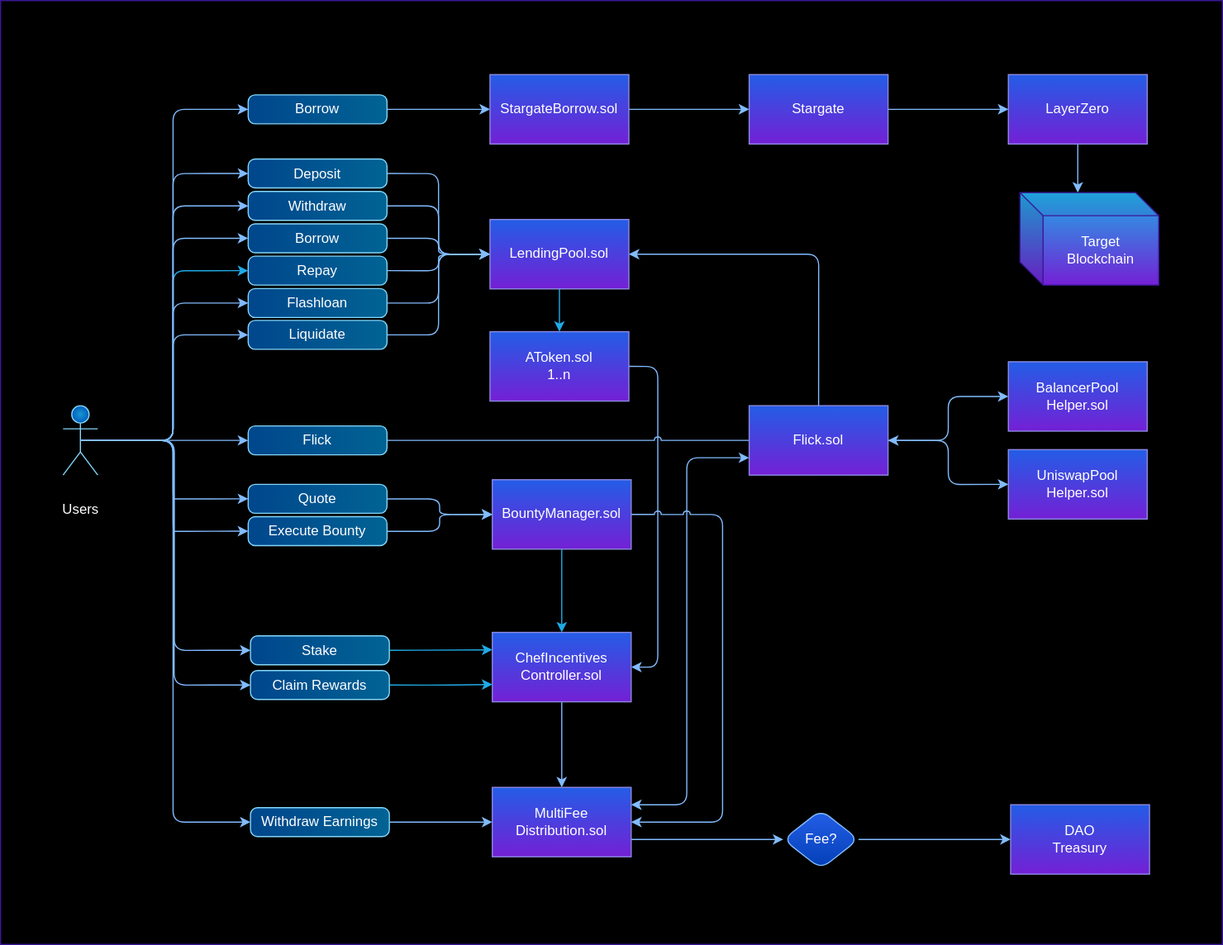
Above: contracts/diagrams/contract-overview.drawio.svg in PrimeNumbersLabs/primefi-gitbook (draw.io), before the change. Source tidied: cells renumbered, new cells last; positions are measured from the earlier drawing's top-left corner, leaving out a move shared by most shapes.
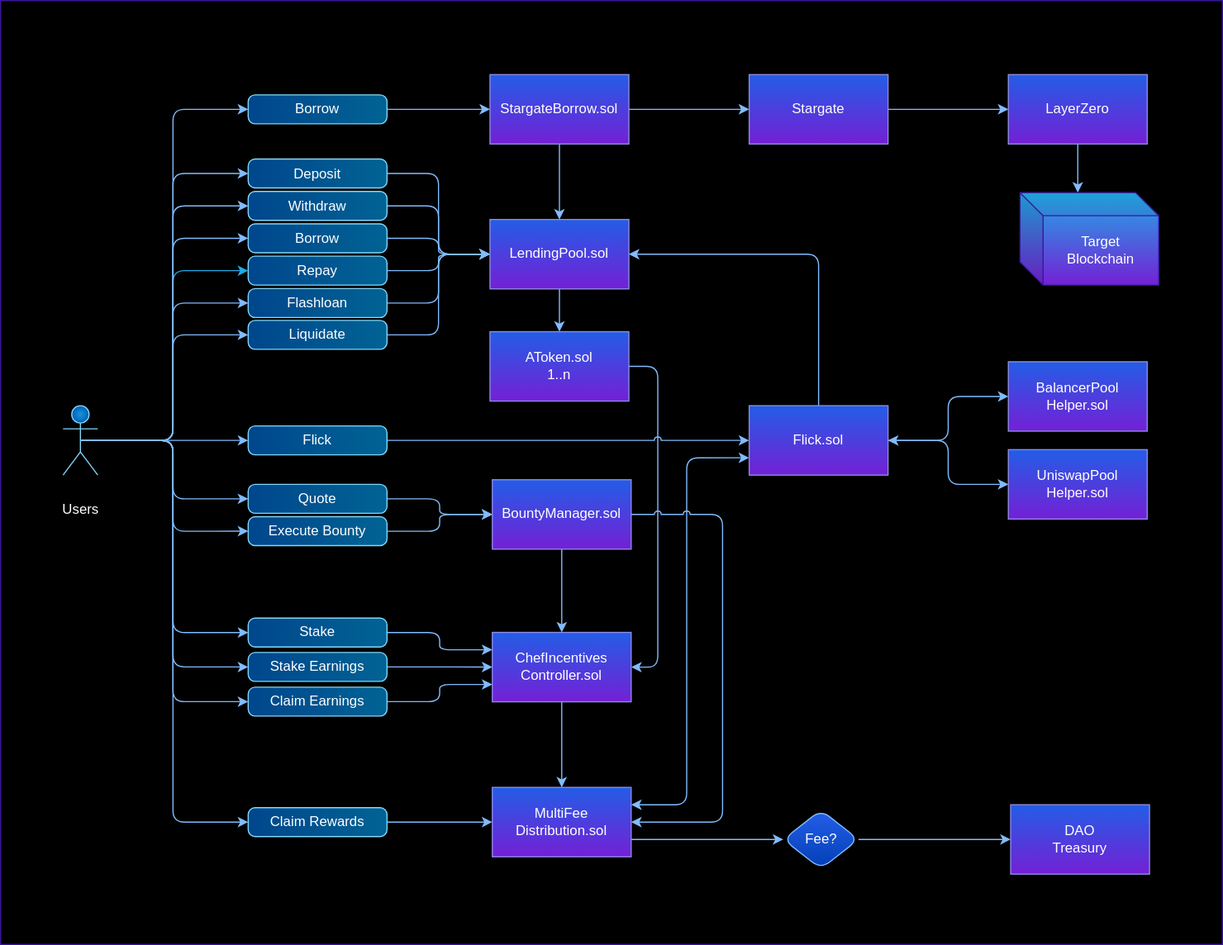
After the change.

Commit message:
added skelleton for contract specific documentation and diagrams

Diff of the diagram source:
```diff
@@ -44,8 +44,8 @@
     <mxCell id="15" style="edgeStyle=orthogonalEdgeStyle;html=1;exitX=0.5;exitY=0.5;exitDx=0;exitDy=0;exitPerimeter=0;fontFamily=Helvetica;fontSize=9;fontColor=default;entryX=0;entryY=0.5;entryDx=0;entryDy=0;strokeColor=#82BCFF;" parent="1" edge="1" source="22" target="53">
       <mxGeometry relative="1" as="geometry">
         <Array as="points">
-          <mxPoint x="149" y="380.2" />
-          <mxPoint x="149" y="710.2" />
+          <mxPoint x="149" y="380" />
+          <mxPoint x="149" y="576" />
         </Array>
       </mxGeometry>
     </mxCell>
@@ -82,10 +82,13 @@
         </Array>
       </mxGeometry>
     </mxCell>
+    <mxCell id="72" style="edgeStyle=orthogonalEdgeStyle;html=1;exitX=0.5;exitY=0.5;exitDx=0;exitDy=0;exitPerimeter=0;entryX=0;entryY=0.5;entryDx=0;entryDy=0;fontFamily=Helvetica;fontSize=12;fontColor=default;strokeColor=#82BCFF;" parent="1" edge="1" source="22" target="75">
+      <mxGeometry relative="1" as="geometry" />
+    </mxCell>
     <mxCell id="22" value="Users" style="shape=umlActor;verticalLabelPosition=bottom;verticalAlign=middle;html=1;outlineConnect=0;gradientColor=#005EBD;fillColor=#1995D1;strokeColor=#84D7FA;fontColor=#ffffff;gradientDirection=radial;" parent="1" vertex="1">
       <mxGeometry x="54" y="350.2" width="30" height="60" as="geometry" />
     </mxCell>
-    <mxCell id="23" style="edgeStyle=orthogonalEdgeStyle;html=1;fontFamily=Helvetica;fontSize=12;fontColor=default;strokeColor=#20ABE6;" parent="1" edge="1" source="24" target="26">
+    <mxCell id="23" style="edgeStyle=orthogonalEdgeStyle;html=1;fontFamily=Helvetica;fontSize=12;fontColor=default;strokeColor=#82BCFF;startArrow=none;startFill=0;" parent="1" edge="1" source="24" target="26">
       <mxGeometry relative="1" as="geometry" />
     </mxCell>
     <mxCell id="24" value="LendingPool.sol" style="rounded=0;whiteSpace=wrap;html=1;fillColor=#235DE6;strokeColor=#8D8AE3;gradientColor=#7420D5;fontColor=#FFFFFF;labelBackgroundColor=none;labelBorderColor=none;fontFamily=Helvetica;" parent="1" vertex="1">
@@ -114,10 +117,10 @@
     <mxCell id="30" value="MultiFee&lt;br&gt;Distribution.sol" style="rounded=0;whiteSpace=wrap;html=1;strokeColor=#8D8AE3;fontFamily=Helvetica;fontSize=12;fontColor=#FFFFFF;fillColor=#235DE6;gradientColor=#7420D5;labelBackgroundColor=none;labelBorderColor=none;" parent="1" vertex="1">
       <mxGeometry x="425" y="680.2" width="120" height="60" as="geometry" />
     </mxCell>
-    <mxCell id="31" style="edgeStyle=orthogonalEdgeStyle;html=1;exitX=1;exitY=0.5;exitDx=0;exitDy=0;entryX=0;entryY=0.75;entryDx=0;entryDy=0;fontFamily=Helvetica;fontSize=12;fontColor=default;strokeColor=#20ABE6;" parent="1" edge="1" source="52" target="28">
+    <mxCell id="31" style="edgeStyle=orthogonalEdgeStyle;html=1;exitX=1;exitY=0.5;exitDx=0;exitDy=0;entryX=0;entryY=0.5;entryDx=0;entryDy=0;fontFamily=Helvetica;fontSize=12;fontColor=default;strokeColor=#82BCFF;startArrow=none;startFill=0;" parent="1" edge="1" source="52" target="30">
       <mxGeometry relative="1" as="geometry" />
     </mxCell>
-    <mxCell id="32" style="edgeStyle=orthogonalEdgeStyle;html=1;exitX=1;exitY=0.5;exitDx=0;exitDy=0;entryX=0;entryY=0.5;entryDx=0;entryDy=0;fontFamily=Helvetica;fontSize=9;fontColor=default;strokeColor=#82BCFF;" parent="1" edge="1" source="53" target="30">
+    <mxCell id="32" style="edgeStyle=orthogonalEdgeStyle;html=1;exitX=1;exitY=0.5;exitDx=0;exitDy=0;entryX=0;entryY=0.5;entryDx=0;entryDy=0;fontFamily=Helvetica;fontSize=9;fontColor=default;strokeColor=#82BCFF;" parent="1" edge="1" source="53" target="28">
       <mxGeometry relative="1" as="geometry" />
     </mxCell>
     <mxCell id="33" style="edgeStyle=orthogonalEdgeStyle;jumpStyle=none;html=1;exitX=0.5;exitY=0.5;exitDx=0;exitDy=0;exitPerimeter=0;entryX=0;entryY=0.5;entryDx=0;entryDy=0;fontFamily=Helvetica;fontSize=10;fontColor=default;startArrow=none;startFill=0;strokeColor=#82BCFF;" parent="1" edge="1" source="22" target="51">
@@ -135,7 +138,7 @@
     <mxCell id="37" value="UniswapPool&lt;br&gt;Helper.sol" style="rounded=0;whiteSpace=wrap;html=1;fillColor=#235DE6;strokeColor=#8D8AE3;gradientColor=#7420D5;fontColor=#FFFFFF;labelBackgroundColor=none;labelBorderColor=none;fontFamily=Helvetica;" parent="1" vertex="1">
       <mxGeometry x="871" y="388.2" width="120" height="60" as="geometry" />
     </mxCell>
-    <mxCell id="38" style="edgeStyle=orthogonalEdgeStyle;jumpStyle=arc;html=1;entryX=0;entryY=0.25;entryDx=0;entryDy=0;fontFamily=Helvetica;fontSize=10;fontColor=default;startArrow=none;startFill=0;exitX=1;exitY=0.5;exitDx=0;exitDy=0;strokeColor=#20ABE6;" parent="1" edge="1" source="51" target="28">
+    <mxCell id="38" style="edgeStyle=orthogonalEdgeStyle;jumpStyle=arc;html=1;entryX=0;entryY=0.25;entryDx=0;entryDy=0;fontFamily=Helvetica;fontSize=12;fontColor=default;startArrow=none;startFill=0;exitX=1;exitY=0.5;exitDx=0;exitDy=0;strokeColor=#82BCFF;" parent="1" edge="1" source="51" target="28">
       <mxGeometry relative="1" as="geometry" />
     </mxCell>
     <mxCell id="39" value="DAO&lt;br&gt;Treasury" style="rounded=0;whiteSpace=wrap;html=1;strokeColor=#8D8AE3;fontFamily=Helvetica;fontSize=12;fontColor=#FFFFFF;fillColor=#235DE6;gradientColor=#7420D5;labelBackgroundColor=none;labelBorderColor=none;" parent="1" vertex="1">
@@ -159,7 +162,7 @@
     <mxCell id="45" value="Liquidate" style="rounded=1;whiteSpace=wrap;html=1;strokeColor=#84D7FA;fontFamily=Helvetica;fontSize=12;fontColor=#ffffff;fillColor=#016394;gradientColor=#00468C;gradientDirection=west;arcSize=24;imageHeight=24;strokeOpacity=100;" parent="1" vertex="1">
       <mxGeometry x="214" y="276.5" width="120" height="25" as="geometry" />
     </mxCell>
-    <mxCell id="46" style="edgeStyle=orthogonalEdgeStyle;html=1;exitX=1;exitY=0.5;exitDx=0;exitDy=0;entryX=0;entryY=0.5;entryDx=0;entryDy=0;fontFamily=Helvetica;fontSize=10;fontColor=default;jumpStyle=arc;endArrow=none;strokeColor=#82BCFF;" parent="1" edge="1" target="49">
+    <mxCell id="46" style="edgeStyle=orthogonalEdgeStyle;html=1;exitX=1;exitY=0.5;exitDx=0;exitDy=0;entryX=0;entryY=0.5;entryDx=0;entryDy=0;fontFamily=Helvetica;fontSize=12;fontColor=default;jumpStyle=arc;endArrow=classic;strokeColor=#82BCFF;startArrow=none;startFill=0;" parent="1" edge="1" target="49">
       <mxGeometry relative="1" as="geometry">
         <mxPoint x="293" y="380.2" as="sourcePoint" />
       </mxGeometry>
@@ -182,13 +185,13 @@
       <mxGeometry x="214" y="367.8" width="120" height="25" as="geometry" />
     </mxCell>
     <mxCell id="51" value="Stake" style="rounded=1;whiteSpace=wrap;html=1;strokeColor=#84D7FA;fontFamily=Helvetica;fontSize=12;fontColor=#ffffff;fillColor=#016394;gradientColor=#00468C;gradientDirection=west;arcSize=24;imageHeight=24;strokeOpacity=100;" parent="1" vertex="1">
-      <mxGeometry x="216" y="549.2" width="120" height="25" as="geometry" />
+      <mxGeometry x="214" y="533.9" width="120" height="25" as="geometry" />
     </mxCell>
     <mxCell id="52" value="Claim Rewards" style="rounded=1;whiteSpace=wrap;html=1;strokeColor=#84D7FA;fontFamily=Helvetica;fontSize=12;fontColor=#ffffff;fillColor=#016394;gradientColor=#00468C;gradientDirection=west;arcSize=24;imageHeight=24;strokeOpacity=100;" parent="1" vertex="1">
-      <mxGeometry x="216" y="579.2" width="120" height="25" as="geometry" />
+      <mxGeometry x="214" y="697.8" width="120" height="25" as="geometry" />
     </mxCell>
-    <mxCell id="53" value="Withdraw Earnings" style="rounded=1;whiteSpace=wrap;html=1;strokeColor=#84D7FA;fontFamily=Helvetica;fontSize=12;fontColor=#ffffff;fillColor=#016394;gradientColor=#00468C;gradientDirection=west;arcSize=24;imageHeight=24;strokeOpacity=100;" parent="1" vertex="1">
-      <mxGeometry x="216" y="697.8" width="120" height="25" as="geometry" />
+    <mxCell id="53" value="Stake Earnings" style="rounded=1;whiteSpace=wrap;html=1;strokeColor=#84D7FA;fontFamily=Helvetica;fontSize=12;fontColor=#ffffff;fillColor=#016394;gradientColor=#00468C;gradientDirection=west;arcSize=24;imageHeight=24;strokeOpacity=100;" parent="1" vertex="1">
+      <mxGeometry x="214" y="563.6" width="120" height="25" as="geometry" />
     </mxCell>
     <mxCell id="54" style="edgeStyle=orthogonalEdgeStyle;jumpStyle=arc;html=1;exitX=1;exitY=0.5;exitDx=0;exitDy=0;entryX=0;entryY=0.5;entryDx=0;entryDy=0;fontFamily=Helvetica;fontSize=12;fontColor=default;startArrow=none;startFill=0;strokeColor=#82BCFF;" parent="1" edge="1" source="55" target="39">
       <mxGeometry relative="1" as="geometry" />
@@ -199,6 +202,9 @@
     <mxCell id="56" style="edgeStyle=orthogonalEdgeStyle;jumpStyle=arc;html=1;entryX=0;entryY=0.5;entryDx=0;entryDy=0;fontFamily=Helvetica;fontSize=12;fontColor=default;startArrow=none;startFill=0;strokeColor=#82BCFF;" parent="1" edge="1" source="57" target="59">
       <mxGeometry relative="1" as="geometry" />
     </mxCell>
+    <mxCell id="73" style="edgeStyle=none;html=1;exitX=0.5;exitY=1;exitDx=0;exitDy=0;entryX=0.5;entryY=0;entryDx=0;entryDy=0;fontSize=12;strokeColor=#82BCFF;startArrow=none;startFill=0;" parent="1" edge="1" source="57" target="24">
+      <mxGeometry relative="1" as="geometry" />
+    </mxCell>
     <mxCell id="57" value="StargateBorrow.sol" style="rounded=0;whiteSpace=wrap;html=1;fillColor=#235DE6;strokeColor=#8D8AE3;gradientColor=#7420D5;fontColor=#FFFFFF;labelBackgroundColor=none;labelBorderColor=none;fontFamily=Helvetica;" parent="1" vertex="1">
       <mxGeometry x="423" y="64" width="120" height="60" as="geometry" />
     </mxCell>
@@ -231,7 +237,7 @@
         </Array>
       </mxGeometry>
     </mxCell>
-    <mxCell id="66" style="edgeStyle=orthogonalEdgeStyle;jumpStyle=arc;html=1;exitX=0.5;exitY=1;exitDx=0;exitDy=0;entryX=0.5;entryY=0;entryDx=0;entryDy=0;fontFamily=Helvetica;fontSize=12;fontColor=default;startArrow=none;startFill=0;strokeColor=#20ABE6;" parent="1" edge="1" source="67" target="28">
+    <mxCell id="66" style="edgeStyle=orthogonalEdgeStyle;jumpStyle=arc;html=1;exitX=0.5;exitY=1;exitDx=0;exitDy=0;entryX=0.5;entryY=0;entryDx=0;entryDy=0;fontFamily=Helvetica;fontSize=12;fontColor=default;startArrow=none;startFill=0;strokeColor=#82BCFF;" parent="1" edge="1" source="67" target="28">
       <mxGeometry relative="1" as="geometry" />
     </mxCell>
     <mxCell id="67" value="BountyManager.sol" style="rounded=0;whiteSpace=wrap;html=1;fillColor=#235DE6;strokeColor=#8D8AE3;gradientColor=#7420D5;glass=0;fontColor=#FFFFFF;labelBackgroundColor=none;labelBorderColor=none;fontFamily=Helvetica;" parent="1" vertex="1">
@@ -249,5 +255,11 @@
     <mxCell id="71" value="Execute Bounty" style="rounded=1;whiteSpace=wrap;html=1;strokeColor=#84D7FA;fontFamily=Helvetica;fontSize=12;fontColor=#ffffff;fillColor=#016394;gradientColor=#00468C;gradientDirection=west;arcSize=24;imageHeight=24;strokeOpacity=100;" parent="1" vertex="1">
       <mxGeometry x="214" y="446.2" width="120" height="25" as="geometry" />
     </mxCell>
+    <mxCell id="74" style="edgeStyle=orthogonalEdgeStyle;html=1;exitX=1;exitY=0.5;exitDx=0;exitDy=0;entryX=0;entryY=0.75;entryDx=0;entryDy=0;fontFamily=Helvetica;fontSize=12;fontColor=default;strokeColor=#82BCFF;" parent="1" edge="1" source="75" target="28">
+      <mxGeometry relative="1" as="geometry" />
+    </mxCell>
+    <mxCell id="75" value="Claim Earnings" style="rounded=1;whiteSpace=wrap;html=1;strokeColor=#84D7FA;fontFamily=Helvetica;fontSize=12;fontColor=#ffffff;fillColor=#016394;gradientColor=#00468C;gradientDirection=west;arcSize=24;imageHeight=24;strokeOpacity=100;" parent="1" vertex="1">
+      <mxGeometry x="214" y="593.6" width="120" height="25" as="geometry" />
+    </mxCell>
   </root>
 </mxGraphModel>
```
